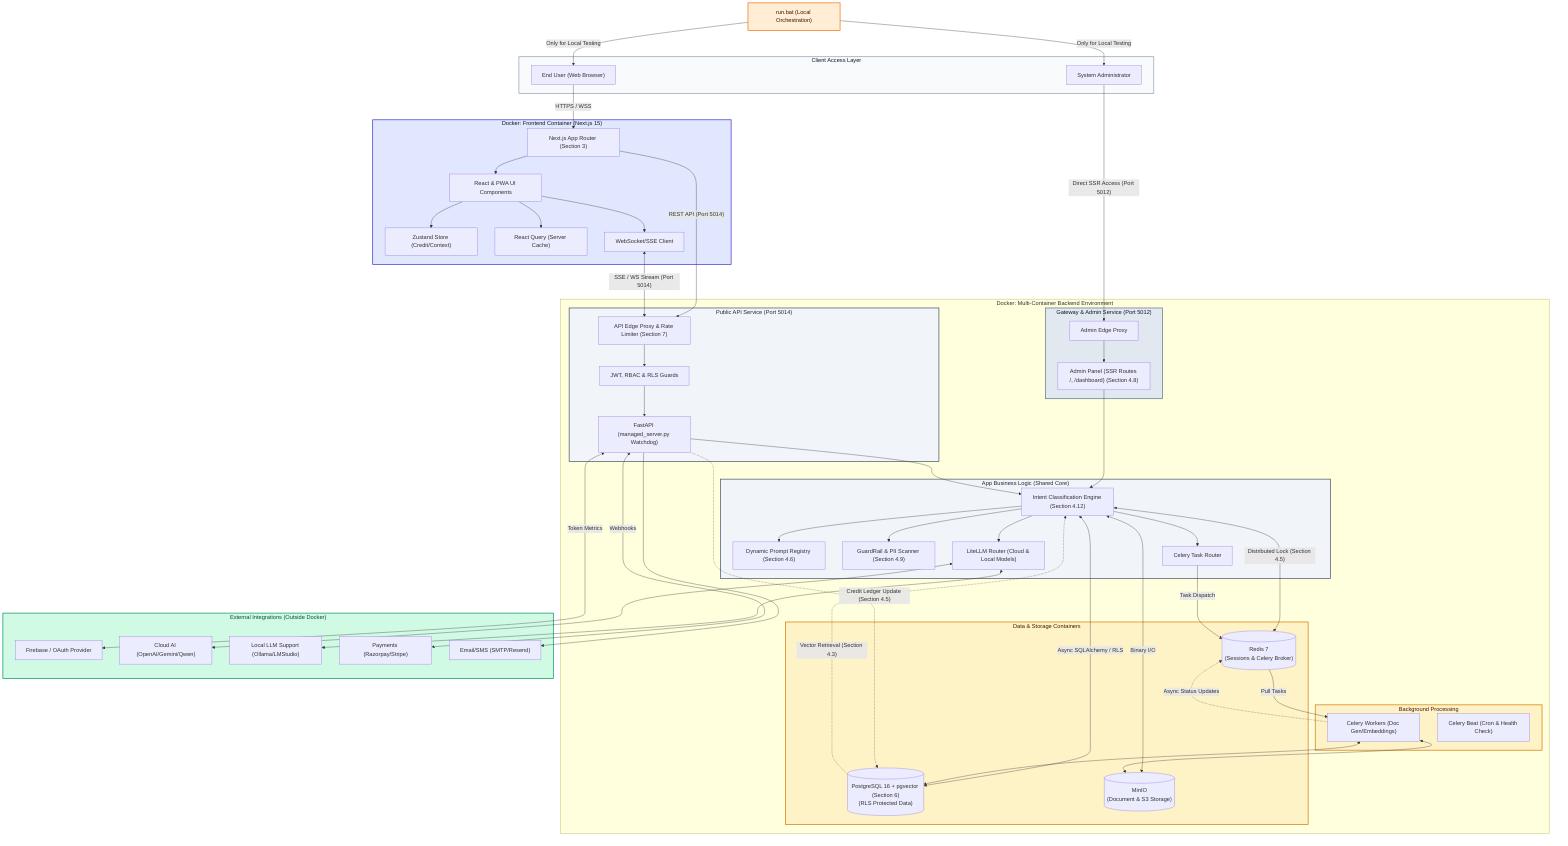
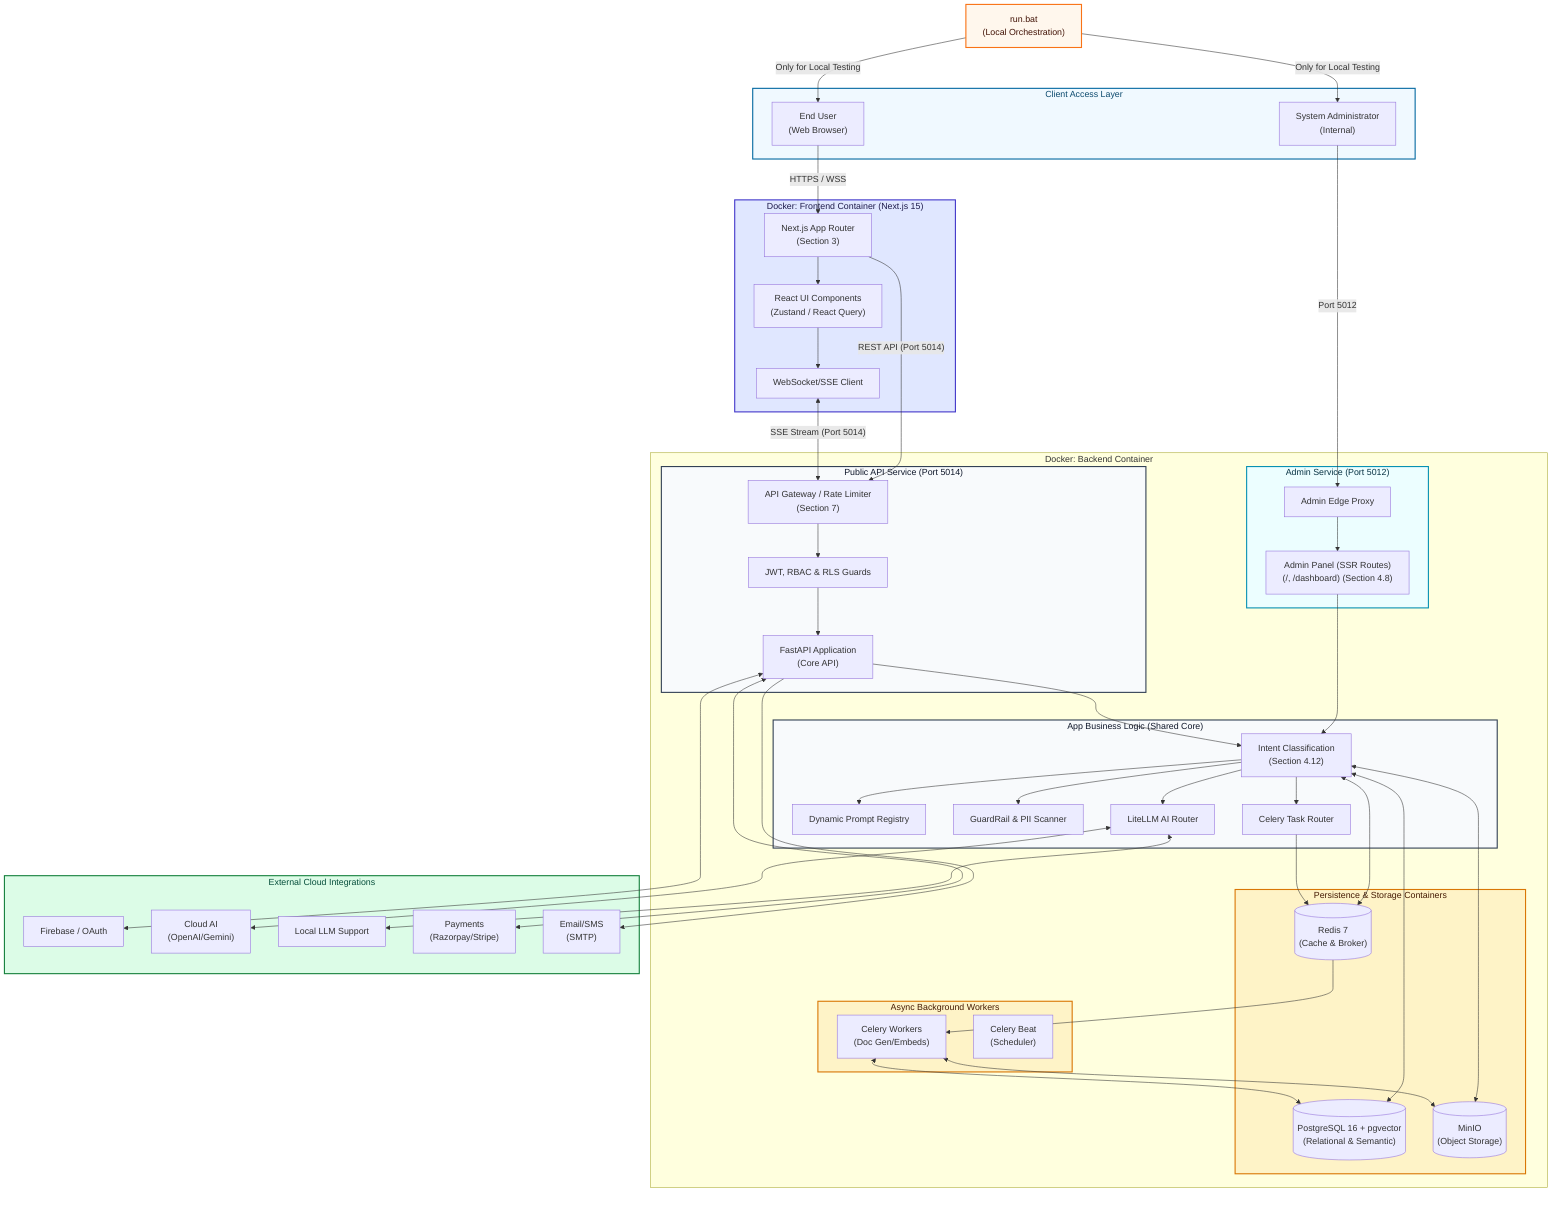
graph TD
-     %% Global Styling
-     classDef client fill:#f8fafc,stroke:#94a3b8,stroke-width:2px,color:#0f172a
-     classDef frontend fill:#e0e7ff,stroke:#4338ca,stroke-width:2px,color:#111827
-     classDef backend fill:#f1f5f9,stroke:#475569,stroke-width:2px,color:#1f2937
+     %% Global Styling & Rich Aesthetics (Vibrant & Distinct)
+     classDef client fill:#f0f9ff,stroke:#0369a1,stroke-width:2px,color:#0c4a6e
+     classDef frontend fill:#e0e7ff,stroke:#4338ca,stroke-width:2px,color:#1e1b4b
+     classDef backend fill:#f8fafc,stroke:#334155,stroke-width:2px,color:#0f172a
    classDef infra fill:#fef3c7,stroke:#d97706,stroke-width:2px,color:#451a03
-     classDef external fill:#d1fae5,stroke:#059669,stroke-width:2px,color:#064e3b
-     classDef gateway fill:#e2e8f0,stroke:#64748b,stroke-width:2px,color:#0f172a
-     classDef entry fill:#ffedd5,stroke:#f97316,stroke-width:2px,color:#431407
+     classDef external fill:#dcfce7,stroke:#15803d,stroke-width:2px,color:#064e3b
+     classDef gateway fill:#ecfeff,stroke:#0891b2,stroke-width:2px,color:#083344
+     classDef entry fill:#fff7ed,stroke:#f97316,stroke-width:2px,color:#431407

    %% Local Testing Entry Point
-     run_bat["run.bat (Local Orchestration)"]
+     run_bat["run.bat<br/>(Local Orchestration)"]
    class run_bat entry

    subgraph Client_Layer ["Client Access Layer"]
-         End_User["End User (Web Browser)"]
-         Admin_User["System Administrator"]
+         End_User["End User<br/>(Web Browser)"]
+         Admin_User["System Administrator<br/>(Internal)"]
    end
    class Client_Layer client

    subgraph Frontend_Container ["Docker: Frontend Container (Next.js 15)"]
-         App_Router["Next.js App Router (Section 3)"]
-         UI_Components["React & PWA UI Components"]
-         Zustand_Store["Zustand Store (Credit/Context)"]
-         React_Query["React Query (Server Cache)"]
+         App_Router["Next.js App Router<br/>(Section 3)"]
+         UI_Components["React UI Components<br/>(Zustand / React Query)"]
        WS_Client["WebSocket/SSE Client"]

-         %% Admin functionality specifically removed from frontend
        App_Router --> UI_Components
-         UI_Components --> Zustand_Store
-         UI_Components --> React_Query
        UI_Components --> WS_Client
    end
    class Frontend_Container frontend

-     subgraph Backend_Docker ["Docker: Multi-Container Backend Environment"]
+     subgraph Backend_Docker ["Docker: Backend Container"]

-         subgraph Gateway_Admin ["Gateway & Admin Service (Port 5012)"]
+         subgraph Gateway_Admin ["Admin Service (Port 5012)"]
            Edge_Proxy_Admin["Admin Edge Proxy"]
-             Admin_UI_SSR["Admin Panel (SSR Routes /, /dashboard) (Section 4.8)"]
+             Admin_UI_SSR["Admin Panel (SSR Routes)<br/>(/, /dashboard) (Section 4.8)"]

            Edge_Proxy_Admin --> Admin_UI_SSR
        end
        class Gateway_Admin gateway

        subgraph Backend_API ["Public API Service (Port 5014)"]
-             Edge_Proxy_API["API Edge Proxy & Rate Limiter (Section 7)"]
+             Edge_Proxy_API["API Gateway / Rate Limiter<br/>(Section 7)"]
            JWT_Auth["JWT, RBAC & RLS Guards"]
-             FastAPI_Entry["FastAPI (managed_server.py Watchdog)"]
+             FastAPI_Entry["FastAPI Application<br/>(Core API)"]

            Edge_Proxy_API --> JWT_Auth
            JWT_Auth --> FastAPI_Entry
        end
        class Backend_API backend

        subgraph Backend_App ["App Business Logic (Shared Core)"]
-             Intent_Engine["Intent Classification Engine (Section 4.12)"]
-             Prompt_Registry["Dynamic Prompt Registry (Section 4.6)"]
-             GuardRail_Svc["GuardRail & PII Scanner (Section 4.9)"]
-             LiteLLM_Router["LiteLLM Router (Cloud & Local Models)"]
+             Intent_Engine["Intent Classification<br/>(Section 4.12)"]
+             Prompt_Registry["Dynamic Prompt Registry"]
+             GuardRail_Svc["GuardRail & PII Scanner"]
+             LiteLLM_Router["LiteLLM AI Router"]
            Task_Router["Celery Task Router"]

            Intent_Engine --> Prompt_Registry
            Intent_Engine --> GuardRail_Svc
            Intent_Engine --> LiteLLM_Router
            Intent_Engine --> Task_Router
        end
        class Backend_App backend

-         subgraph Infrastructure_Nodes ["Data & Storage Containers"]
-             Postgres_DB[("PostgreSQL 16 + pgvector (Section 6)\n(RLS Protected Data)")]
-             Redis_Nodes[("Redis 7\n(Sessions & Celery Broker)")]
-             MinIO_Nodes[("MinIO\n(Document & S3 Storage)")]
+         subgraph Infrastructure_Nodes ["Persistence & Storage Containers"]
+             Postgres_DB[("PostgreSQL 16 + pgvector<br/>(Relational & Semantic)")]
+             Redis_Nodes[("Redis 7<br/>(Cache & Broker)")]
+             MinIO_Nodes[("MinIO<br/>(Object Storage)")]
        end
        class Infrastructure_Nodes infra

-         subgraph Task_Processing ["Background Processing"]
-             Celery_Worker["Celery Workers (Doc Gen/Embeddings)"]
-             Celery_Beat["Celery Beat (Cron & Health Check)"]
+         subgraph Task_Processing ["Async Background Workers"]
+             Celery_Worker["Celery Workers<br/>(Doc Gen/Embeds)"]
+             Celery_Beat["Celery Beat<br/>(Scheduler)"]
        end
        class Task_Processing infra
    end

-     subgraph External_Services ["External Integrations (Outside Docker)"]
-         Firebase_Auth["Firebase / OAuth Provider"]
-         AI_API["Cloud AI (OpenAI/Gemini/Qwen)"]
-         Local_Models["Local LLM Support (Ollama/LMStudio)"]
-         Payments["Payments (Razorpay/Stripe)"]
-         Notifications["Email/SMS (SMTP/Resend)"]
+     subgraph External_Services ["External Cloud Integrations"]
+         Firebase_Auth["Firebase / OAuth"]
+         AI_API["Cloud AI<br/>(OpenAI/Gemini)"]
+         Local_Models["Local LLM Support"]
+         Payments["Payments<br/>(Razorpay/Stripe)"]
+         Notifications["Email/SMS<br/>(SMTP)"]
    end
    class External_Services external

    %% Connections
    run_bat -- "Only for Local Testing" --> End_User
    run_bat -- "Only for Local Testing" --> Admin_User

    End_User -->|"HTTPS / WSS"| App_Router
-     Admin_User -->|"Direct SSR Access (Port 5012)"| Edge_Proxy_Admin
+     Admin_User -->|"Port 5012"| Edge_Proxy_Admin

    App_Router -->|"REST API (Port 5014)"| Edge_Proxy_API
-     WS_Client <-->|"SSE / WS Stream (Port 5014)"| Edge_Proxy_API
+     WS_Client <-->|"SSE Stream (Port 5014)"| Edge_Proxy_API

    Admin_UI_SSR --> Intent_Engine
    FastAPI_Entry --> Intent_Engine

-     Intent_Engine <-->|"Async SQLAlchemy / RLS"| Postgres_DB
-     Intent_Engine <-->|"Distributed Lock (Section 4.5)"| Redis_Nodes
-     Intent_Engine <-->|"Binary I/O"| MinIO_Nodes
+     Intent_Engine <--> Postgres_DB
+     Intent_Engine <--> Redis_Nodes
+     Intent_Engine <--> MinIO_Nodes

-     Task_Router -->|"Task Dispatch"| Redis_Nodes
-     Redis_Nodes -->|"Pull Tasks"| Celery_Worker
+     Task_Router --> Redis_Nodes
+     Redis_Nodes --> Celery_Worker
    Celery_Worker <--> Postgres_DB
    Celery_Worker <--> MinIO_Nodes

    LiteLLM_Router <--> AI_API
    LiteLLM_Router <--> Local_Models
-     FastAPI_Entry <-->|"Webhooks"| Payments
-     FastAPI_Entry <-->|"Token Metrics"| Firebase_Auth
-     FastAPI_Entry --> Notifications
- 
-     %% Specialized Data Flows
-     Postgres_DB -.->|"Vector Retrieval (Section 4.3)"| Intent_Engine
-     FastAPI_Entry -.->|"Credit Ledger Update (Section 4.5)"| Postgres_DB
-     Celery_Worker -.->|"Async Status Updates"| Redis_Nodes+     FastAPI_Entry <--> Payments
+     FastAPI_Entry <--> Firebase_Auth
+     FastAPI_Entry --> Notifications